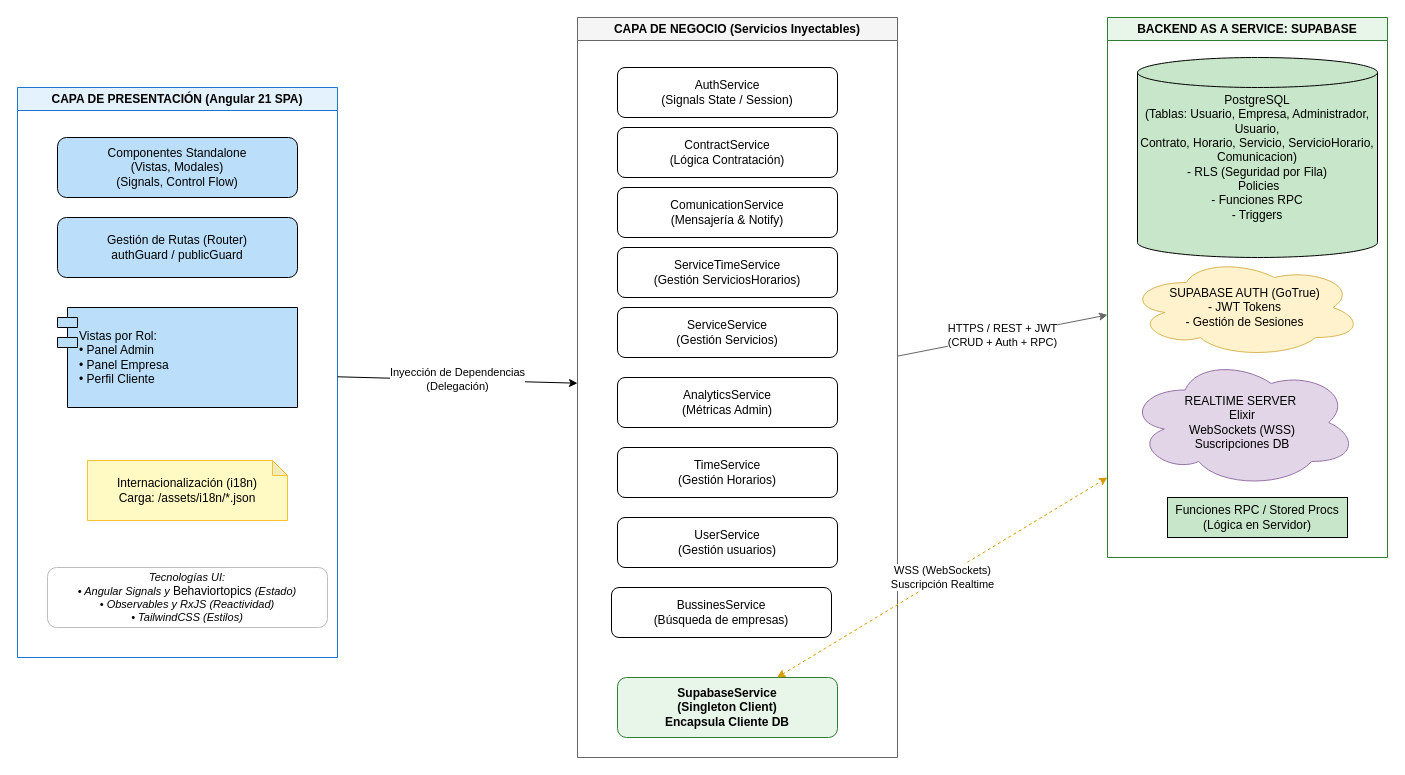
This is docs/diagramas/diagrama_arquitectura.drawio from egilp04/TFG_Cuidados, a draw.io file, before an edit. Source tidied: cells renumbered, new cells numbered last; positions are measured from the earlier drawing's top-left corner, leaving out a move shared by most shapes. Both pictures are drawn from the tidied source at 100%, with x=0, y=0 at pixel (17, 17).
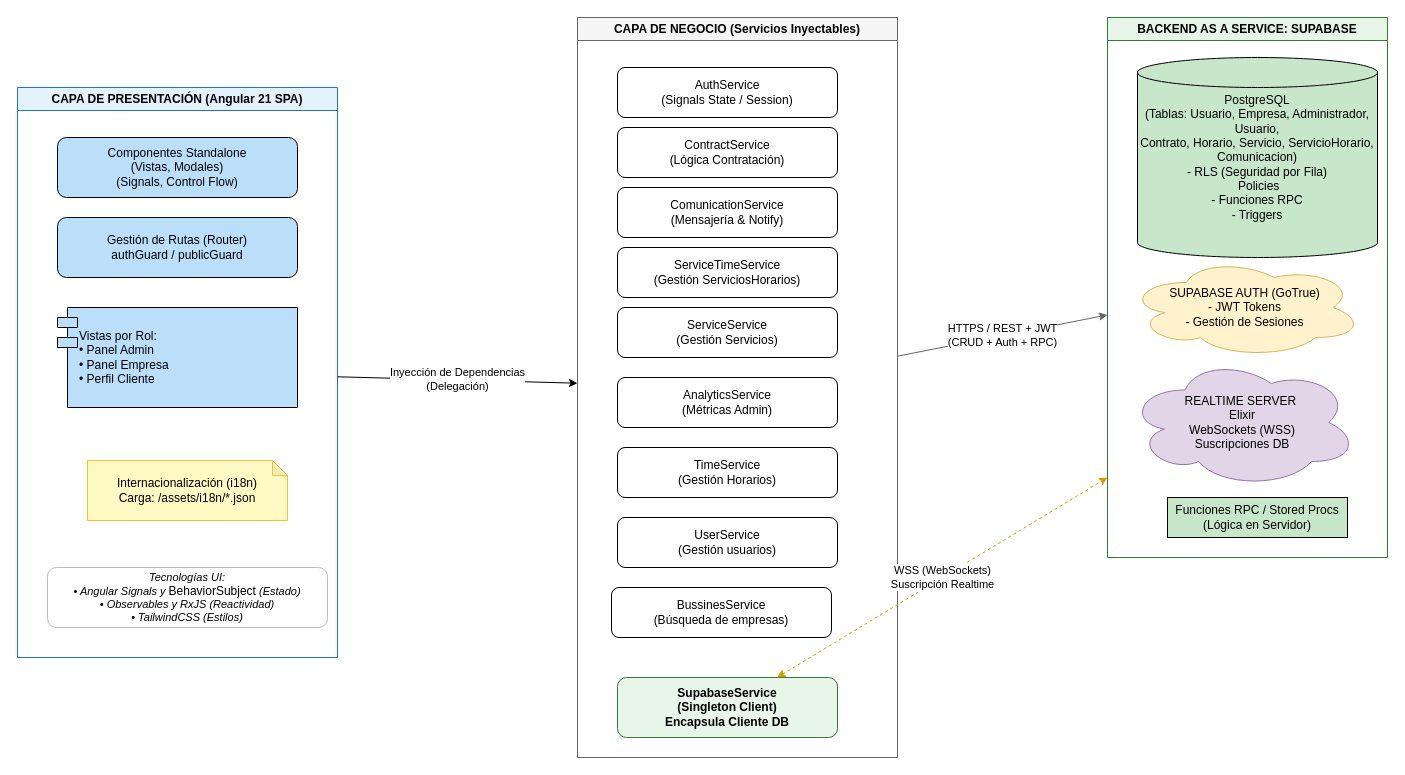
Above is the later version.

The change refers to these unchanged cells:
```xml
<mxCell id="2" value="CAPA DE PRESENTACIÓN (Angular 21 SPA)" style="swimlane;whiteSpace=wrap;html=1;fillColor=#E3F2FD;strokeColor=#1976D2;fontStyle=1;" parent="1" vertex="1">
  <mxGeometry y="70" width="320" height="570" as="geometry" />
</mxCell>
```

Change to the diagram source:
```diff
@@
-    <mxCell id="7" value="Tecnologías UI:&lt;br&gt;• Angular Signals y&amp;nbsp;&lt;span style=&quot;font-size: 12px; font-style: normal;&quot;&gt;Behaviortopics&lt;/span&gt;&amp;nbsp;(Estado)&lt;br&gt;• Observables y RxJS (Reactividad)&lt;br&gt;• TailwindCSS (Estilos)" style="rounded=1;whiteSpace=wrap;html=1;fillColor=#FFFFFF;strokeColor=#BDBDBD;fontStyle=2;fontSize=11;" parent="2" vertex="1">
+    <mxCell id="7" value="Tecnologías UI:&lt;br&gt;• Angular Signals y&amp;nbsp;&lt;span style=&quot;font-size: 12px; font-style: normal;&quot;&gt;BehaviorSubject&lt;/span&gt;&amp;nbsp;(Estado)&lt;br&gt;• Observables y RxJS (Reactividad)&lt;br&gt;• TailwindCSS (Estilos)" style="rounded=1;whiteSpace=wrap;html=1;fillColor=#FFFFFF;strokeColor=#BDBDBD;fontStyle=2;fontSize=11;" parent="2" vertex="1">
       <mxGeometry x="30" y="480" width="280" height="60" as="geometry" />
     </mxCell>
```
